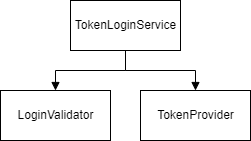
This is .gitbook/assets/login_token_service.drawio.png from Bernardo-MG/development-docs-architecture, a draw.io export, as it was before one commit. Source tidied: cells renumbered, new cells last; positions are measured from the earlier drawing's top-left corner, leaving out a move shared by most shapes. Source of this version:
```xml
<mxGraphModel>
  <root>
    <mxCell id="0" />
    <mxCell id="1" parent="0" />
    <mxCell id="2" value="TokenLoginService" style="html=1;" parent="1" vertex="1">
      <mxGeometry x="70" width="110" height="50" as="geometry" />
    </mxCell>
    <mxCell id="3" value="LoginValidator" style="html=1;" parent="1" vertex="1">
      <mxGeometry y="90" width="110" height="50" as="geometry" />
    </mxCell>
    <mxCell id="4" value="TokenProvider" style="html=1;" parent="1" vertex="1">
      <mxGeometry x="140" y="90" width="110" height="50" as="geometry" />
    </mxCell>
    <mxCell id="5" style="endArrow=block;endFill=1;html=1;edgeStyle=orthogonalEdgeStyle;align=left;verticalAlign=top;rounded=0;exitX=0.5;exitY=1;exitDx=0;exitDy=0;entryX=0.5;entryY=0;entryDx=0;entryDy=0;" parent="1" edge="1" source="2" target="3">
      <mxGeometry x="-1" relative="1" as="geometry" />
    </mxCell>
    <mxCell id="6" style="endArrow=block;endFill=1;html=1;edgeStyle=orthogonalEdgeStyle;align=left;verticalAlign=top;rounded=0;exitX=0.5;exitY=1;exitDx=0;exitDy=0;entryX=0.5;entryY=0;entryDx=0;entryDy=0;" parent="1" edge="1" source="2" target="4">
      <mxGeometry x="-1" relative="1" as="geometry" />
    </mxCell>
  </root>
</mxGraphModel>
```
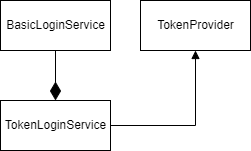
The same diagram one commit later.

Change to the diagram source:
```diff
@@ -3,19 +3,19 @@
     <mxCell id="0" />
     <mxCell id="1" parent="0" />
     <mxCell id="2" value="TokenLoginService" style="html=1;" parent="1" vertex="1">
-      <mxGeometry x="70" width="110" height="50" as="geometry" />
+      <mxGeometry x="40" y="210" width="110" height="50" as="geometry" />
     </mxCell>
-    <mxCell id="3" value="LoginValidator" style="html=1;" parent="1" vertex="1">
-      <mxGeometry y="90" width="110" height="50" as="geometry" />
-    </mxCell>
     <mxCell id="4" value="TokenProvider" style="html=1;" parent="1" vertex="1">
-      <mxGeometry x="140" y="90" width="110" height="50" as="geometry" />
+      <mxGeometry x="180" y="110" width="110" height="50" as="geometry" />
     </mxCell>
-    <mxCell id="5" style="endArrow=block;endFill=1;html=1;edgeStyle=orthogonalEdgeStyle;align=left;verticalAlign=top;rounded=0;exitX=0.5;exitY=1;exitDx=0;exitDy=0;entryX=0.5;entryY=0;entryDx=0;entryDy=0;" parent="1" edge="1" source="2" target="3">
-      <mxGeometry x="-1" relative="1" as="geometry" />
-    </mxCell>
-    <mxCell id="6" style="endArrow=block;endFill=1;html=1;edgeStyle=orthogonalEdgeStyle;align=left;verticalAlign=top;rounded=0;exitX=0.5;exitY=1;exitDx=0;exitDy=0;entryX=0.5;entryY=0;entryDx=0;entryDy=0;" parent="1" edge="1" source="2" target="4">
+    <mxCell id="6" style="endArrow=block;endFill=1;html=1;edgeStyle=orthogonalEdgeStyle;align=left;verticalAlign=top;rounded=0;exitX=1;exitY=0.5;exitDx=0;exitDy=0;entryX=0.5;entryY=1;entryDx=0;entryDy=0;" parent="1" edge="1" source="2" target="4">
       <mxGeometry x="-1" relative="1" as="geometry" />
     </mxCell>
+    <mxCell id="7" value="BasicLoginService" style="html=1;" parent="1" vertex="1">
+      <mxGeometry x="40" y="110" width="110" height="50" as="geometry" />
+    </mxCell>
+    <mxCell id="8" style="endArrow=diamondThin;endFill=1;endSize=16;html=1;rounded=0;entryX=0.5;entryY=0;entryDx=0;entryDy=0;exitX=0.5;exitY=1;exitDx=0;exitDy=0;" parent="1" edge="1" source="7" target="2">
+      <mxGeometry relative="1" as="geometry" />
+    </mxCell>
   </root>
 </mxGraphModel>
```
